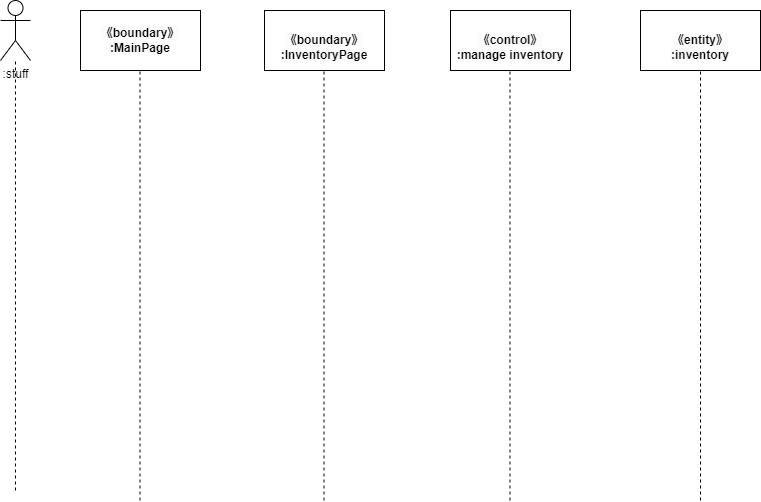
The draw.io diagram psp4/シーケンス図/シーケンス図_在庫管理.drawio.png in MasakiHiguchi/---, before a commit. Source tidied: cells renumbered, new cells last; positions are measured from the earlier drawing's top-left corner, leaving out a move shared by most shapes.
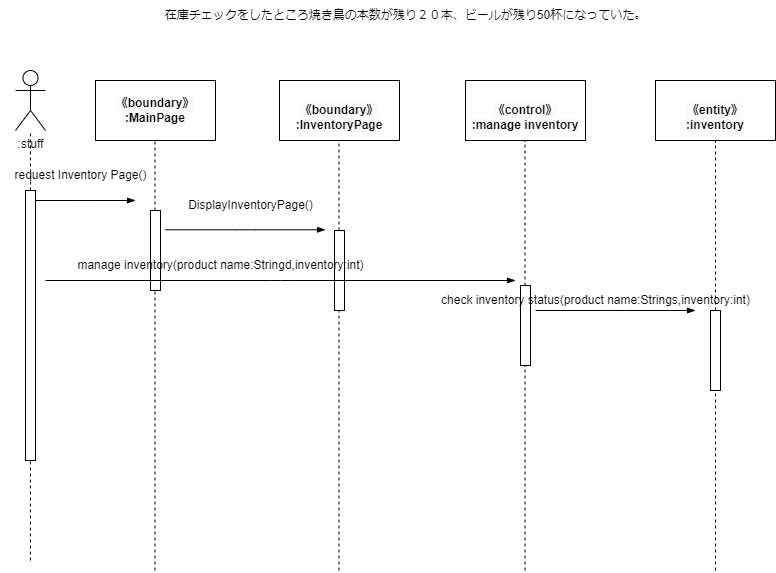
The same diagram one commit later.

The edit, as a diff of the source:
```diff
@@ -17,34 +17,107 @@
     <mxCell id="6" value="&lt;br&gt;&lt;span style=&quot;color: rgb(0, 0, 0); font-family: Helvetica; font-size: 12px; font-style: normal; font-variant-ligatures: normal; font-variant-caps: normal; font-weight: 700; letter-spacing: normal; orphans: 2; text-align: center; text-indent: 0px; text-transform: none; widows: 2; word-spacing: 0px; -webkit-text-stroke-width: 0px; background-color: rgb(251, 251, 251); text-decoration-thickness: initial; text-decoration-style: initial; text-decoration-color: initial; float: none; display: inline !important;&quot;&gt;《entity》&lt;/span&gt;&lt;br style=&quot;border-color: var(--border-color); padding: 0px; margin: 0px; color: rgb(0, 0, 0); font-family: Helvetica; font-size: 12px; font-style: normal; font-variant-ligatures: normal; font-variant-caps: normal; font-weight: 700; letter-spacing: normal; orphans: 2; text-align: center; text-indent: 0px; text-transform: none; widows: 2; word-spacing: 0px; -webkit-text-stroke-width: 0px; background-color: rgb(251, 251, 251); text-decoration-thickness: initial; text-decoration-style: initial; text-decoration-color: initial;&quot;&gt;&lt;span style=&quot;color: rgb(0, 0, 0); font-family: Helvetica; font-size: 12px; font-style: normal; font-variant-ligatures: normal; font-variant-caps: normal; font-weight: 700; letter-spacing: normal; orphans: 2; text-align: center; text-indent: 0px; text-transform: none; widows: 2; word-spacing: 0px; -webkit-text-stroke-width: 0px; background-color: rgb(251, 251, 251); text-decoration-thickness: initial; text-decoration-style: initial; text-decoration-color: initial; float: none; display: inline !important;&quot;&gt;:inventory&lt;/span&gt;&lt;br&gt;" style="rounded=0;whiteSpace=wrap;html=1;" parent="1" vertex="1">
       <mxGeometry x="640" y="10" width="120" height="60" as="geometry" />
     </mxCell>
-    <mxCell id="7" style="endArrow=none;dashed=1;html=1;" parent="1" edge="1" target="2">
-      <mxGeometry relative="1" as="geometry">
-        <mxPoint x="15" y="490" as="sourcePoint" />
-      </mxGeometry>
+    <mxCell id="7" style="endArrow=none;dashed=1;html=1;startArrow=none;" parent="1" edge="1" source="14" target="2">
+      <mxGeometry relative="1" as="geometry" />
     </mxCell>
-    <mxCell id="8" style="endArrow=none;dashed=1;html=1;" parent="1" edge="1">
+    <mxCell id="8" style="endArrow=none;dashed=1;html=1;startArrow=none;" parent="1" edge="1" source="18">
       <mxGeometry relative="1" as="geometry">
-        <mxPoint x="139.5" y="500" as="sourcePoint" />
         <mxPoint x="139.5" y="70" as="targetPoint" />
       </mxGeometry>
     </mxCell>
-    <mxCell id="9" style="endArrow=none;dashed=1;html=1;" parent="1" edge="1">
+    <mxCell id="9" style="endArrow=none;dashed=1;html=1;startArrow=none;" parent="1" edge="1" source="30">
       <mxGeometry relative="1" as="geometry">
-        <mxPoint x="700" y="500" as="sourcePoint" />
         <mxPoint x="700" y="70" as="targetPoint" />
       </mxGeometry>
     </mxCell>
-    <mxCell id="10" style="endArrow=none;dashed=1;html=1;" parent="1" edge="1">
+    <mxCell id="10" style="endArrow=none;dashed=1;html=1;startArrow=none;" parent="1" edge="1" source="26">
       <mxGeometry relative="1" as="geometry">
-        <mxPoint x="509.5" y="500" as="sourcePoint" />
         <mxPoint x="509.5" y="70" as="targetPoint" />
       </mxGeometry>
     </mxCell>
-    <mxCell id="11" style="endArrow=none;dashed=1;html=1;" parent="1" edge="1">
+    <mxCell id="11" style="endArrow=none;dashed=1;html=1;startArrow=none;" parent="1" edge="1" source="22">
       <mxGeometry relative="1" as="geometry">
-        <mxPoint x="323.5" y="500" as="sourcePoint" />
         <mxPoint x="323.5" y="70" as="targetPoint" />
       </mxGeometry>
     </mxCell>
+    <mxCell id="12" value="在庫チェックをしたところ焼き鳥の本数が残り２０本、ビールが残り50杯になっていた。" style="text;html=1;align=center;verticalAlign=middle;strokeColor=none;fillColor=none;" parent="1" vertex="1">
+      <mxGeometry x="140" y="-70" width="500" height="30" as="geometry" />
+    </mxCell>
+    <mxCell id="13" style="endArrow=none;dashed=1;html=1;" parent="1" edge="1" target="14">
+      <mxGeometry relative="1" as="geometry">
+        <mxPoint x="15" y="490" as="sourcePoint" />
+      </mxGeometry>
+    </mxCell>
+    <mxCell id="14" style="html=1;points=[];perimeter=orthogonalPerimeter;" parent="1" vertex="1">
+      <mxGeometry x="10" y="120" width="10" height="270" as="geometry" />
+    </mxCell>
+    <mxCell id="15" style="edgeStyle=elbowEdgeStyle;fontSize=12;html=1;endArrow=blockThin;endFill=1;" parent="1" edge="1">
+      <mxGeometry relative="1" as="geometry">
+        <mxPoint x="20" y="130" as="sourcePoint" />
+        <mxPoint x="120" y="130" as="targetPoint" />
+      </mxGeometry>
+    </mxCell>
+    <mxCell id="16" value="request Inventory Page()" style="text;html=1;align=center;verticalAlign=middle;strokeColor=none;fillColor=none;" parent="1" vertex="1">
+      <mxGeometry x="-15" y="90" width="160" height="30" as="geometry" />
+    </mxCell>
+    <mxCell id="17" style="endArrow=none;dashed=1;html=1;" parent="1" edge="1" target="18">
+      <mxGeometry relative="1" as="geometry">
+        <mxPoint x="139.5" y="500" as="sourcePoint" />
+      </mxGeometry>
+    </mxCell>
+    <mxCell id="18" style="html=1;points=[];perimeter=orthogonalPerimeter;" parent="1" vertex="1">
+      <mxGeometry x="135" y="140" width="10" height="80" as="geometry" />
+    </mxCell>
+    <mxCell id="19" style="edgeStyle=elbowEdgeStyle;fontSize=12;html=1;endArrow=blockThin;endFill=1;" parent="1" edge="1">
+      <mxGeometry relative="1" as="geometry">
+        <mxPoint x="150" y="159.3" as="sourcePoint" />
+        <mxPoint x="310" y="159.3" as="targetPoint" />
+      </mxGeometry>
+    </mxCell>
+    <mxCell id="20" value="DisplayInventoryPage()" style="text;html=1;align=center;verticalAlign=middle;strokeColor=none;fillColor=none;" parent="1" vertex="1">
+      <mxGeometry x="160" y="120" width="150" height="30" as="geometry" />
+    </mxCell>
+    <mxCell id="21" style="endArrow=none;dashed=1;html=1;" parent="1" edge="1" target="22">
+      <mxGeometry relative="1" as="geometry">
+        <mxPoint x="323.5" y="500" as="sourcePoint" />
+      </mxGeometry>
+    </mxCell>
+    <mxCell id="22" style="html=1;points=[];perimeter=orthogonalPerimeter;" parent="1" vertex="1">
+      <mxGeometry x="319" y="160" width="10" height="80" as="geometry" />
+    </mxCell>
+    <mxCell id="23" style="edgeStyle=elbowEdgeStyle;fontSize=12;html=1;endArrow=blockThin;endFill=1;" parent="1" edge="1">
+      <mxGeometry relative="1" as="geometry">
+        <mxPoint x="30" y="210" as="sourcePoint" />
+        <mxPoint x="500" y="210" as="targetPoint" />
+      </mxGeometry>
+    </mxCell>
+    <mxCell id="24" value="manage inventory(product name:Stringd,inventory:int)" style="text;html=1;align=center;verticalAlign=middle;strokeColor=none;fillColor=none;" parent="1" vertex="1">
+      <mxGeometry x="50" y="180" width="310" height="30" as="geometry" />
+    </mxCell>
+    <mxCell id="25" style="endArrow=none;dashed=1;html=1;" parent="1" edge="1" target="26">
+      <mxGeometry relative="1" as="geometry">
+        <mxPoint x="509.5" y="500" as="sourcePoint" />
+      </mxGeometry>
+    </mxCell>
+    <mxCell id="26" style="html=1;points=[];perimeter=orthogonalPerimeter;" parent="1" vertex="1">
+      <mxGeometry x="505" y="215" width="10" height="80" as="geometry" />
+    </mxCell>
+    <mxCell id="27" style="edgeStyle=elbowEdgeStyle;fontSize=12;html=1;endArrow=blockThin;endFill=1;" parent="1" edge="1">
+      <mxGeometry relative="1" as="geometry">
+        <mxPoint x="520" y="240" as="sourcePoint" />
+        <mxPoint x="680" y="240" as="targetPoint" />
+      </mxGeometry>
+    </mxCell>
+    <mxCell id="28" value="check inventory status(product name:Strings,inventory:int)" style="text;html=1;align=center;verticalAlign=middle;strokeColor=none;fillColor=none;" parent="1" vertex="1">
+      <mxGeometry x="415" y="215" width="330" height="30" as="geometry" />
+    </mxCell>
+    <mxCell id="29" style="endArrow=none;dashed=1;html=1;" parent="1" edge="1" target="30">
+      <mxGeometry relative="1" as="geometry">
+        <mxPoint x="700" y="500" as="sourcePoint" />
+      </mxGeometry>
+    </mxCell>
+    <mxCell id="30" style="html=1;points=[];perimeter=orthogonalPerimeter;" parent="1" vertex="1">
+      <mxGeometry x="695" y="240" width="10" height="80" as="geometry" />
+    </mxCell>
   </root>
 </mxGraphModel>
```
